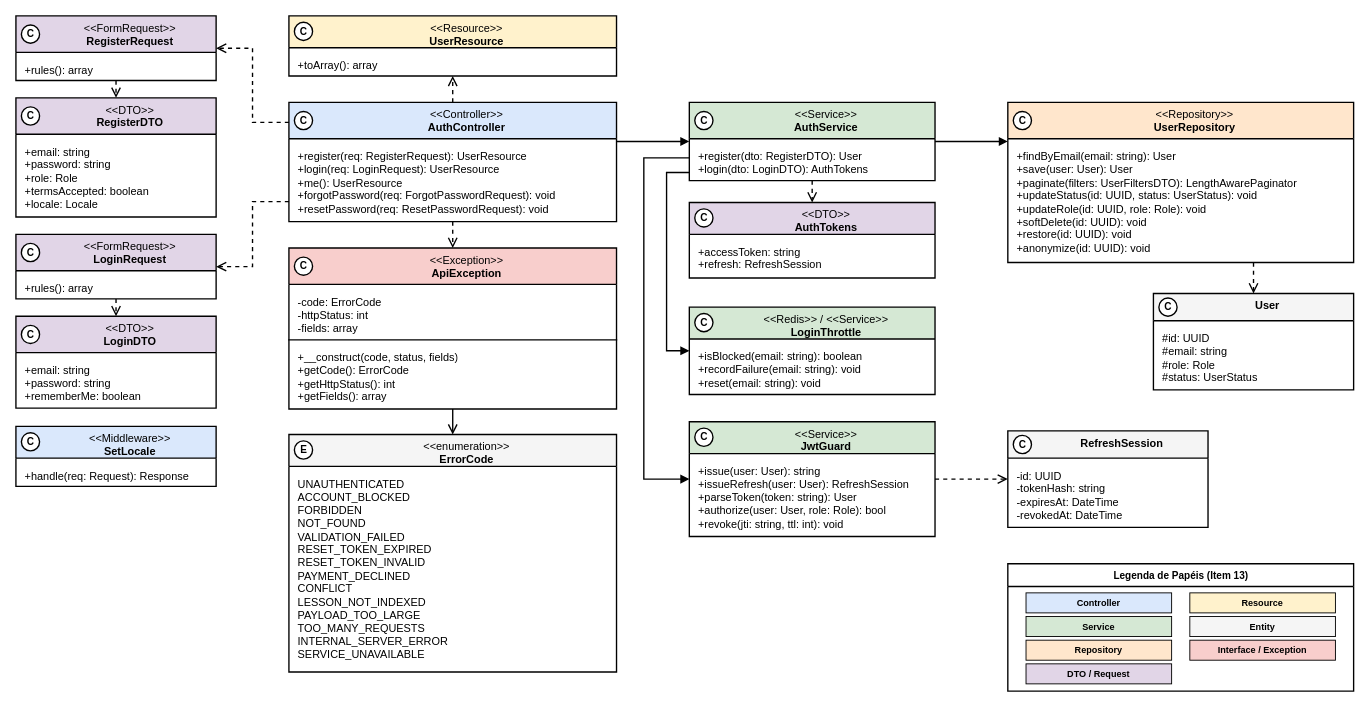
Before: especificacao/diagramas/13-classes-area-a-implementacao-login.drawio in Plataforma-de-Cursos-TCC/plataforma-cursos-docs, a draw.io diagram. Source tidied: cells renumbered, new cells numbered last; positions are measured from the earlier drawing's top-left corner, leaving out a move shared by most shapes. Both pictures are drawn from the tidied source at 91%, with x=0, y=0 at pixel (15, 15).
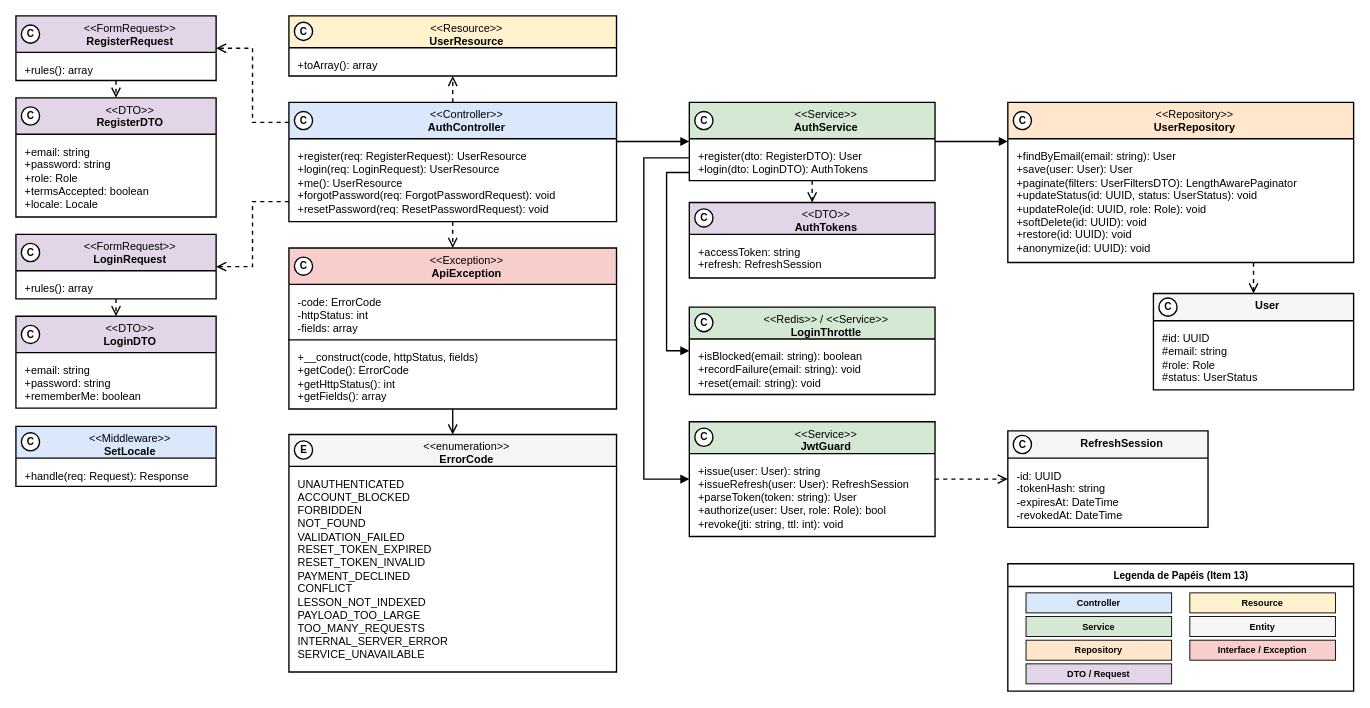
After the change.

Commit message (it also covers changes not shown here):
docs(diagrama-de-classes): align Area A reset expiry, ApiException and locale

The change refers to these unchanged cells:
```xml
<mxCell id="23" value="&amp;lt;&amp;lt;Exception&amp;gt;&amp;gt;&lt;br&gt;&lt;b&gt;ApiException&lt;/b&gt;" style="swimlane;html=1;fontStyle=0;align=center;verticalAlign=top;startSize=40;fillColor=#F8CECC;swimlaneFillColor=#FFFFFF;strokeColor=#000000;strokeWidth=1.5;fontFamily=Helvetica;fontSize=12;fontColor=#000000;rounded=0;spacingLeft=30;" parent="1" vertex="1">
  <mxGeometry x="300" y="255" width="360" height="177" as="geometry" />
</mxCell>
```

What changed in the source:
```diff
@@
-    <mxCell id="26" value="+__construct(code, status, fields)&lt;br&gt;+getCode(): ErrorCode&lt;br&gt;+getHttpStatus(): int&lt;br&gt;+getFields(): array" style="shape=partialRectangle;top=1;bottom=0;left=0;right=0;text;strokeColor=#000000;strokeWidth=1.5;fillColor=none;align=left;verticalAlign=top;spacingLeft=8;spacingRight=8;spacingTop=6;overflow=hidden;whiteSpace=wrap;html=1;fontFamily=Helvetica;fontSize=12;fontColor=#000000;" parent="23" vertex="1">
+    <mxCell id="26" value="+__construct(code, httpStatus, fields)&lt;br&gt;+getCode(): ErrorCode&lt;br&gt;+getHttpStatus(): int&lt;br&gt;+getFields(): array" style="shape=partialRectangle;top=1;bottom=0;left=0;right=0;text;strokeColor=#000000;strokeWidth=1.5;fillColor=none;align=left;verticalAlign=top;spacingLeft=8;spacingRight=8;spacingTop=6;overflow=hidden;whiteSpace=wrap;html=1;fontFamily=Helvetica;fontSize=12;fontColor=#000000;" parent="23" vertex="1">
       <mxGeometry y="101" width="360" height="76" as="geometry" />
     </mxCell>
```
